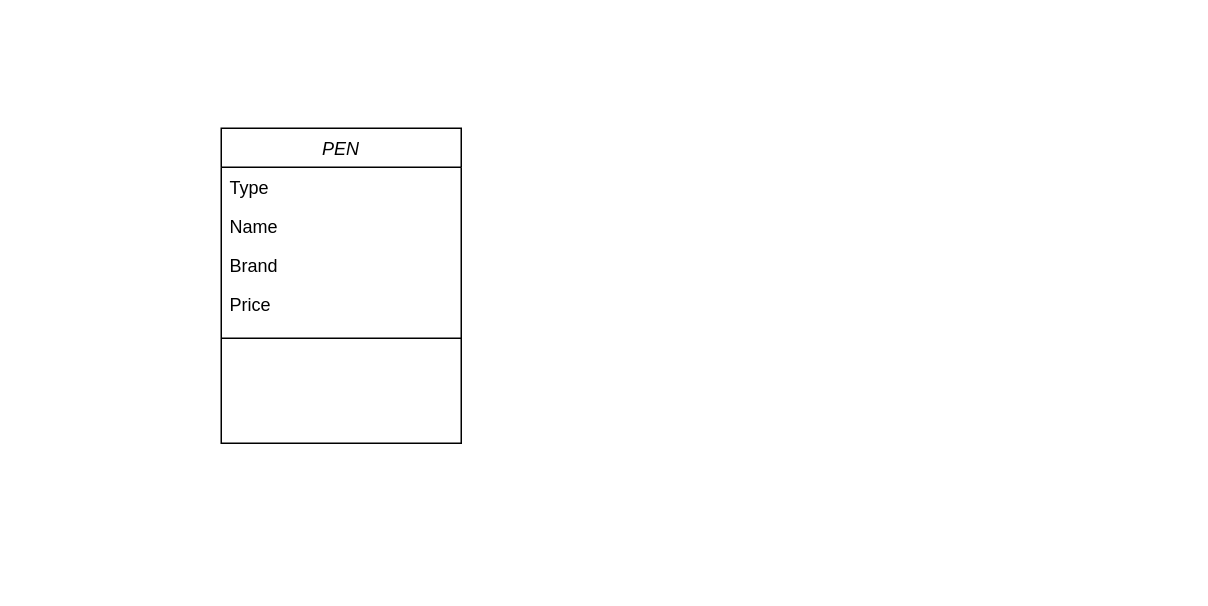
Earlier version of the draw.io diagram Class_Diagram_&_Implementation/Pen/Pen_class_diagram.drawio (ashu7mishra/LLD). Source tidied: cells renumbered, new cells numbered last; positions are measured from the earlier drawing's top-left corner, leaving out a move shared by most shapes. Both pictures are drawn from the tidied source at 150%, with x=0, y=0 at pixel (220, 128).
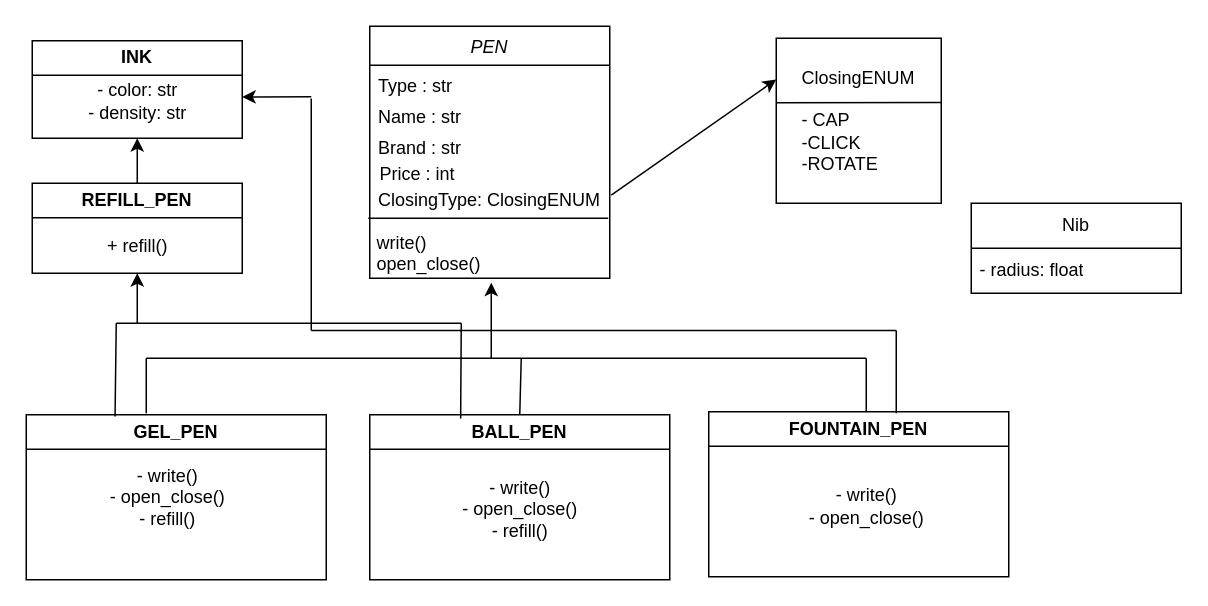
The same page after the edit.

The edit, as a diff of the source:
```diff
@@
+    <mxCell id="8" style="group;" parent="1" vertex="1">
+      <mxGeometry x="97" y="-68" width="162" height="170" as="geometry" />
+    </mxCell>
+    <mxCell id="7" style="endArrow=none;html=1;rounded=0;" parent="8" edge="1">
+      <mxGeometry relative="1" as="geometry">
+        <mxPoint x="1" y="128" as="sourcePoint" />
+        <mxPoint x="161" y="128" as="targetPoint" />
+        <Array as="points">
+          <mxPoint x="1" y="128" />
+        </Array>
+      </mxGeometry>
+    </mxCell>
+    <mxCell id="9" style="group;" parent="8" vertex="1">
+      <mxGeometry x="1" width="161" height="170" as="geometry" />
+    </mxCell>
-    <mxCell id="2" value="PEN" style="swimlane;fontStyle=2;align=center;verticalAlign=top;horizontal=1;startSize=26;rounded=0;shadow=0;strokeWidth=1;" parent="1" vertex="1">
-      <mxGeometry width="160" height="210" as="geometry" />
+    <mxCell id="2" value="PEN" style="swimlane;fontStyle=2;align=center;verticalAlign=top;horizontal=1;startSize=26;rounded=0;shadow=0;strokeWidth=1;" parent="9" vertex="1">
+      <mxGeometry x="1" width="160" height="168" as="geometry" />
     </mxCell>
-    <mxCell id="3" value="Type" style="text;align=left;verticalAlign=top;spacingLeft=4;spacingRight=4;overflow=hidden;" parent="2" vertex="1">
-      <mxGeometry y="26" width="160" height="26" as="geometry" />
+    <mxCell id="3" value="Type : str" style="text;align=left;verticalAlign=top;spacingLeft=4;spacingRight=4;overflow=hidden;" parent="2" vertex="1">
+      <mxGeometry y="26" width="160" height="20.8" as="geometry" />
     </mxCell>
-    <mxCell id="4" value="Name" style="text;align=left;verticalAlign=top;spacingLeft=4;spacingRight=4;overflow=hidden;rounded=0;shadow=0;html=0;" parent="2" vertex="1">
-      <mxGeometry y="52" width="160" height="26" as="geometry" />
+    <mxCell id="4" value="Name : str" style="text;align=left;verticalAlign=top;spacingLeft=4;spacingRight=4;overflow=hidden;rounded=0;shadow=0;html=0;" parent="2" vertex="1">
+      <mxGeometry y="46.8" width="160" height="20.8" as="geometry" />
     </mxCell>
-    <mxCell id="5" value="Brand" style="text;align=left;verticalAlign=top;spacingLeft=4;spacingRight=4;overflow=hidden;rounded=0;shadow=0;html=0;" parent="2" vertex="1">
-      <mxGeometry y="78" width="160" height="26" as="geometry" />
+    <mxCell id="5" value="Brand : str" style="text;align=left;verticalAlign=top;spacingLeft=4;spacingRight=4;overflow=hidden;rounded=0;shadow=0;html=0;" parent="2" vertex="1">
+      <mxGeometry y="67.6" width="160" height="20.8" as="geometry" />
     </mxCell>
-    <mxCell id="6" value="Price" style="text;align=left;verticalAlign=top;spacingLeft=4;spacingRight=4;overflow=hidden;rounded=0;shadow=0;html=0;" parent="1" vertex="1">
-      <mxGeometry y="104" width="160" height="26" as="geometry" />
+    <mxCell id="6" value="Price : int" style="text;align=left;verticalAlign=top;spacingLeft=4;spacingRight=4;overflow=hidden;rounded=0;shadow=0;html=0;" parent="9" vertex="1">
+      <mxGeometry x="2" y="85.2" width="161" height="20.8" as="geometry" />
     </mxCell>
-    <mxCell id="7" style="endArrow=none;html=1;rounded=0;" parent="1" edge="1">
-      <mxGeometry relative="1" as="geometry">
-        <mxPoint y="140" as="sourcePoint" />
-        <mxPoint x="160" y="140" as="targetPoint" />
-        <Array as="points">
-          <mxPoint y="140" />
-        </Array>
-      </mxGeometry>
-    </mxCell>
+    <mxCell id="10" value="write()&#10;open_close()" style="text;align=left;verticalAlign=top;spacingLeft=4;spacingRight=4;overflow=hidden;rounded=0;shadow=0;html=0;" parent="9" vertex="1">
+      <mxGeometry y="131" width="160" height="39" as="geometry" />
+    </mxCell>
+    <mxCell id="11" value="ClosingType: ClosingENUM" style="text;align=left;verticalAlign=top;spacingLeft=4;spacingRight=4;overflow=hidden;points=[[0,0.5],[1,0.5]];portConstraint=eastwest;rounded=0;shadow=0;html=0;" parent="1" vertex="1">
+      <mxGeometry x="99" y="34.2" width="161" height="20.8" as="geometry" />
+    </mxCell>
+    <mxCell id="12" value="&lt;span style=&quot;text-wrap-mode: nowrap;&quot;&gt;ClosingENUM&lt;/span&gt;&lt;div&gt;&lt;span style=&quot;text-wrap-mode: nowrap;&quot;&gt;&lt;br&gt;&lt;/span&gt;&lt;/div&gt;&lt;div style=&quot;text-align: left;&quot;&gt;&lt;span style=&quot;text-wrap-mode: nowrap;&quot;&gt;- CAP&lt;/span&gt;&lt;/div&gt;&lt;div style=&quot;text-align: left;&quot;&gt;&lt;span style=&quot;text-wrap-mode: nowrap;&quot;&gt;-CLICK&lt;/span&gt;&lt;/div&gt;&lt;div style=&quot;text-align: left;&quot;&gt;&lt;span style=&quot;text-wrap-mode: nowrap;&quot;&gt;-ROTATE&lt;/span&gt;&lt;/div&gt;" style="whiteSpace=wrap;html=1;align=center;" parent="1" vertex="1">
+      <mxGeometry x="370" y="-60" width="110" height="110" as="geometry" />
+    </mxCell>
+    <mxCell id="13" style="endArrow=none;html=1;rounded=0;entryX=0.982;entryY=0.389;entryDx=0;entryDy=0;entryPerimeter=0;" parent="1" edge="1">
+      <mxGeometry relative="1" as="geometry">
+        <mxPoint x="370" y="-17" as="sourcePoint" />
+        <mxPoint x="480" y="-17.2" as="targetPoint" />
+      </mxGeometry>
+    </mxCell>
+    <mxCell id="14" style="endArrow=classic;html=1;rounded=0;entryX=0;entryY=0.25;entryDx=0;entryDy=0;exitX=1;exitY=0.5;exitDx=0;exitDy=0;" parent="1" edge="1" source="11" target="12">
+      <mxGeometry relative="1" as="geometry" />
+    </mxCell>
+    <mxCell id="15" value="GEL_PEN" style="swimlane;whiteSpace=wrap;html=1;" parent="1" vertex="1">
+      <mxGeometry x="-130" y="191" width="200" height="110" as="geometry" />
+    </mxCell>
+    <mxCell id="16" value="- write()&lt;div&gt;- open_close()&lt;/div&gt;&lt;div&gt;- refill()&lt;/div&gt;" style="text;html=1;align=center;verticalAlign=middle;strokeColor=none;fillColor=none;" parent="15" vertex="1">
+      <mxGeometry x="44" y="25" width="100" height="60" as="geometry" />
+    </mxCell>
+    <mxCell id="17" value="BALL_PEN" style="swimlane;whiteSpace=wrap;html=1;" parent="1" vertex="1">
+      <mxGeometry x="99" y="191" width="200" height="110" as="geometry" />
+    </mxCell>
+    <mxCell id="18" value="- write()&lt;div&gt;- open_close()&lt;/div&gt;&lt;div&gt;- refill()&lt;/div&gt;" style="text;html=1;align=center;verticalAlign=middle;strokeColor=none;fillColor=none;" parent="17" vertex="1">
+      <mxGeometry x="50" y="33" width="100" height="60" as="geometry" />
+    </mxCell>
+    <mxCell id="19" value="FOUNTAIN_PEN" style="swimlane;whiteSpace=wrap;html=1;" parent="1" vertex="1">
+      <mxGeometry x="325" y="189" width="200" height="110" as="geometry" />
+    </mxCell>
+    <mxCell id="20" value="- write()&lt;div&gt;- open_close()&lt;/div&gt;" style="text;html=1;align=center;verticalAlign=middle;strokeColor=none;fillColor=none;" parent="19" vertex="1">
+      <mxGeometry x="55" y="43" width="100" height="40" as="geometry" />
+    </mxCell>
+    <mxCell id="21" value="REFILL_PEN" style="swimlane;whiteSpace=wrap;html=1;" parent="1" vertex="1">
+      <mxGeometry x="-126" y="36.6" width="140" height="60" as="geometry" />
+    </mxCell>
+    <mxCell id="22" value="+ refill()" style="text;html=1;align=center;verticalAlign=middle;strokeColor=none;fillColor=none;" parent="21" vertex="1">
+      <mxGeometry x="40" y="27" width="60" height="30" as="geometry" />
+    </mxCell>
+    <mxCell id="23" value="INK" style="swimlane;whiteSpace=wrap;html=1;" parent="1" vertex="1">
+      <mxGeometry x="-126" y="-58.4" width="140" height="65" as="geometry" />
+    </mxCell>
+    <mxCell id="24" value="- color: str&lt;div&gt;- density: str&lt;/div&gt;" style="text;html=1;align=center;verticalAlign=middle;strokeColor=none;fillColor=none;" parent="23" vertex="1">
+      <mxGeometry x="25" y="20" width="90" height="40" as="geometry" />
+    </mxCell>
+    <mxCell id="25" style="endArrow=classic;html=1;rounded=0;exitX=0.5;exitY=0;exitDx=0;exitDy=0;entryX=0.5;entryY=1;entryDx=0;entryDy=0;" parent="1" edge="1" source="21" target="23">
+      <mxGeometry relative="1" as="geometry" />
+    </mxCell>
+    <mxCell id="26" style="group;" parent="1" vertex="1">
+      <mxGeometry x="14" y="-21" width="436" height="211" as="geometry" />
+    </mxCell>
+    <mxCell id="27" style="endArrow=classic;html=1;rounded=0;entryX=1;entryY=0.5;entryDx=0;entryDy=0;" parent="26" edge="1">
+      <mxGeometry relative="1" as="geometry">
+        <mxPoint x="46" as="sourcePoint" />
+        <mxPoint y="0.1" as="targetPoint" />
+      </mxGeometry>
+    </mxCell>
+    <mxCell id="28" style="endArrow=none;html=1;rounded=0;" parent="26" edge="1">
+      <mxGeometry relative="1" as="geometry">
+        <mxPoint x="46" y="155.8" as="sourcePoint" />
+        <mxPoint x="46" y="1.1" as="targetPoint" />
+      </mxGeometry>
+    </mxCell>
+    <mxCell id="29" style="endArrow=none;html=1;rounded=0;" parent="26" edge="1">
+      <mxGeometry relative="1" as="geometry">
+        <mxPoint x="46" y="155.8" as="sourcePoint" />
+        <mxPoint x="436" y="155.8" as="targetPoint" />
+      </mxGeometry>
+    </mxCell>
+    <mxCell id="30" style="endArrow=none;html=1;rounded=0;" parent="26" edge="1">
+      <mxGeometry relative="1" as="geometry">
+        <mxPoint x="436" y="211" as="sourcePoint" />
+        <mxPoint x="436" y="155.8" as="targetPoint" />
+      </mxGeometry>
+    </mxCell>
+    <mxCell id="31" style="group;" parent="1" vertex="1">
+      <mxGeometry x="-70" y="130" width="230" as="geometry" />
+    </mxCell>
+    <mxCell id="32" style="endArrow=classic;html=1;rounded=0;entryX=0.5;entryY=1;entryDx=0;entryDy=0;" parent="31" edge="1" target="21">
+      <mxGeometry relative="1" as="geometry">
+        <mxPoint x="14" as="sourcePoint" />
+      </mxGeometry>
+    </mxCell>
+    <mxCell id="33" style="endArrow=none;html=1;rounded=0;" parent="31" edge="1">
+      <mxGeometry relative="1" as="geometry">
+        <mxPoint as="sourcePoint" />
+        <mxPoint x="230" as="targetPoint" />
+      </mxGeometry>
+    </mxCell>
+    <mxCell id="34" style="endArrow=none;html=1;rounded=0;exitX=0.303;exitY=0.022;exitDx=0;exitDy=0;exitPerimeter=0;" parent="31" edge="1" source="17">
+      <mxGeometry relative="1" as="geometry">
+        <mxPoint x="230" as="targetPoint" />
+      </mxGeometry>
+    </mxCell>
+    <mxCell id="35" style="endArrow=none;html=1;rounded=0;exitX=0.296;exitY=0.011;exitDx=0;exitDy=0;exitPerimeter=0;" parent="31" edge="1" source="15">
+      <mxGeometry relative="1" as="geometry">
+        <mxPoint as="targetPoint" />
+      </mxGeometry>
+    </mxCell>
+    <mxCell id="36" style="group;" parent="1" vertex="1">
+      <mxGeometry x="-50" y="103" width="480" height="87" as="geometry" />
+    </mxCell>
+    <mxCell id="37" style="endArrow=classic;html=1;rounded=0;" parent="36" edge="1">
+      <mxGeometry relative="1" as="geometry">
+        <mxPoint x="230" y="50.3" as="sourcePoint" />
+        <mxPoint x="230" as="targetPoint" />
+      </mxGeometry>
+    </mxCell>
+    <mxCell id="38" style="endArrow=none;html=1;rounded=0;" parent="36" edge="1">
+      <mxGeometry relative="1" as="geometry">
+        <mxPoint y="50.3" as="sourcePoint" />
+        <mxPoint x="480" y="50.3" as="targetPoint" />
+      </mxGeometry>
+    </mxCell>
+    <mxCell id="39" style="endArrow=none;html=1;rounded=0;" parent="36" edge="1">
+      <mxGeometry relative="1" as="geometry">
+        <mxPoint y="87" as="sourcePoint" />
+        <mxPoint y="50.3" as="targetPoint" />
+      </mxGeometry>
+    </mxCell>
+    <mxCell id="40" style="endArrow=none;html=1;rounded=0;exitX=0.5;exitY=0;exitDx=0;exitDy=0;" parent="36" edge="1" source="17">
+      <mxGeometry relative="1" as="geometry">
+        <mxPoint x="250" y="50.3" as="targetPoint" />
+      </mxGeometry>
+    </mxCell>
+    <mxCell id="41" style="endArrow=none;html=1;rounded=0;exitX=0.525;exitY=0;exitDx=0;exitDy=0;exitPerimeter=0;" parent="36" edge="1" source="19">
+      <mxGeometry relative="1" as="geometry">
+        <mxPoint x="480" y="50.3" as="targetPoint" />
+      </mxGeometry>
+    </mxCell>
+    <mxCell id="42" value="Nib" style="swimlane;fontStyle=0;horizontal=1;startSize=30;whiteSpace=wrap;html=1;" parent="1" vertex="1">
+      <mxGeometry x="500" y="50" width="140" height="60" as="geometry" />
+    </mxCell>
+    <mxCell id="43" value="- radius: float" style="text;strokeColor=none;fillColor=none;align=left;verticalAlign=middle;spacingLeft=4;spacingRight=4;overflow=hidden;whiteSpace=wrap;html=1;" parent="42" vertex="1">
+      <mxGeometry y="30" width="140" height="30" as="geometry" />
+    </mxCell>
```
